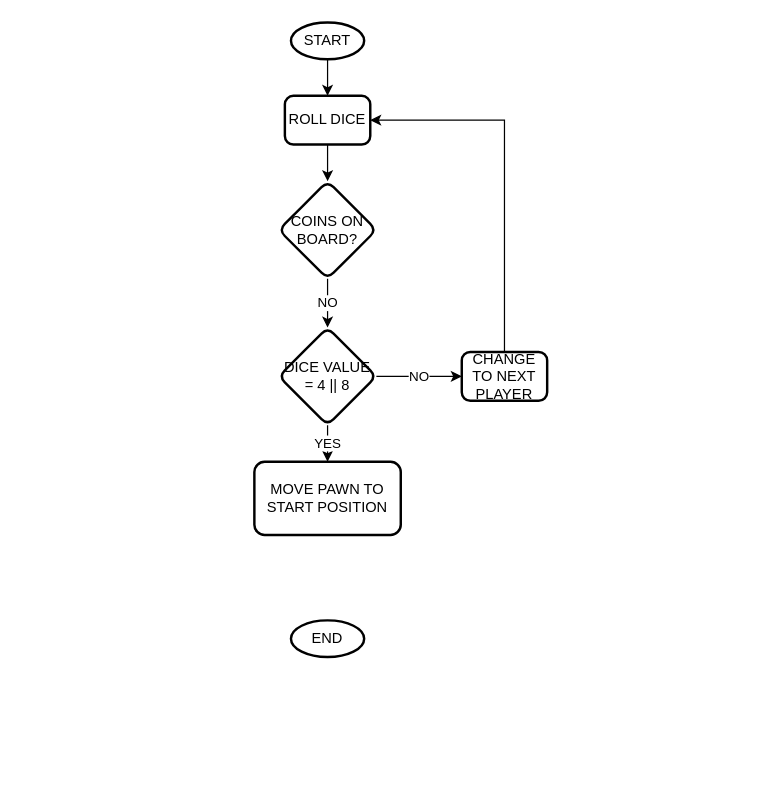
Above: Chowka Bara Gameplay.drawio in arvindpandit27/learnCPP (draw.io), before the change. Source tidied: cells renumbered, new cells numbered last; positions are measured from the earlier drawing's top-left corner, leaving out a move shared by most shapes. Both pictures are drawn from the tidied source at 122%, with x=0, y=0 at pixel (254, 22).
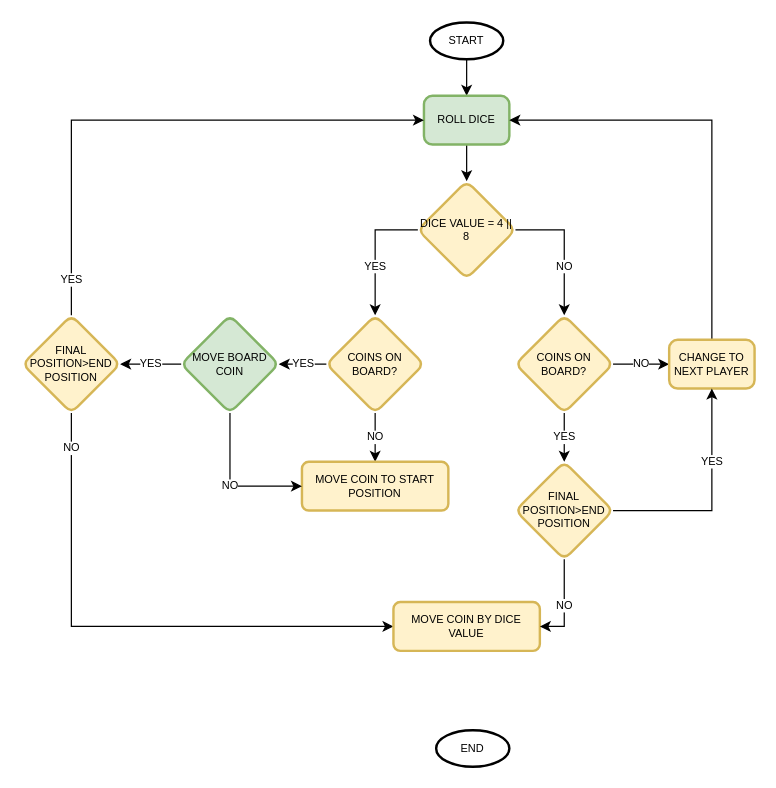
The same page after the edit.

Commit message:
updated game play flowchart

The edit, as a diff of the source:
```diff
@@
-    <mxCell id="2" style="edgeStyle=orthogonalEdgeStyle;rounded=0;jettySize=auto;html=1;" parent="1" edge="1" source="3" target="6">
+    <mxCell id="2" style="edgeStyle=orthogonalEdgeStyle;rounded=0;jettySize=auto;html=1;fontSize=9;" parent="1" edge="1" source="3" target="6">
       <mxGeometry relative="1" as="geometry" />
     </mxCell>
-    <mxCell id="3" value="START" style="strokeWidth=2;html=1;shape=mxgraph.flowchart.start_1;whiteSpace=wrap;" parent="1" vertex="1">
-      <mxGeometry x="30" width="60" height="30" as="geometry" />
+    <mxCell id="3" value="START" style="strokeWidth=2;html=1;shape=mxgraph.flowchart.start_1;whiteSpace=wrap;fontSize=9;" parent="1" vertex="1">
+      <mxGeometry x="144" width="60" height="30" as="geometry" />
     </mxCell>
-    <mxCell id="4" value="END" style="strokeWidth=2;html=1;shape=mxgraph.flowchart.start_1;whiteSpace=wrap;" parent="1" vertex="1">
-      <mxGeometry x="30" y="490" width="60" height="30" as="geometry" />
+    <mxCell id="4" value="END" style="strokeWidth=2;html=1;shape=mxgraph.flowchart.start_1;whiteSpace=wrap;fontSize=9;" parent="1" vertex="1">
+      <mxGeometry x="149" y="580" width="60" height="30" as="geometry" />
     </mxCell>
-    <mxCell id="5" style="edgeStyle=orthogonalEdgeStyle;rounded=0;jettySize=auto;html=1;" parent="1" edge="1" source="6" target="12">
-      <mxGeometry relative="1" as="geometry" />
-    </mxCell>
+    <mxCell id="15" style="edgeStyle=orthogonalEdgeStyle;rounded=0;jettySize=auto;html=1;fontSize=9;" parent="1" edge="1" source="6" target="9">
+      <mxGeometry relative="1" as="geometry" />
+    </mxCell>
-    <mxCell id="6" value="ROLL DICE" style="rounded=1;whiteSpace=wrap;html=1;absoluteArcSize=1;arcSize=14;strokeWidth=2;" parent="1" vertex="1">
-      <mxGeometry x="25" y="60" width="70" height="40" as="geometry" />
+    <mxCell id="6" value="ROLL DICE" style="rounded=1;whiteSpace=wrap;html=1;absoluteArcSize=1;arcSize=14;strokeWidth=2;fillColor=#d5e8d4;strokeColor=#82b366;fontSize=9;" parent="1" vertex="1">
+      <mxGeometry x="139" y="60" width="70" height="40" as="geometry" />
     </mxCell>
-    <mxCell id="7" value="YES" style="edgeStyle=orthogonalEdgeStyle;rounded=0;jettySize=auto;html=1;" parent="1" edge="1" source="9" target="10">
+    <mxCell id="7" value="NO" style="edgeStyle=orthogonalEdgeStyle;rounded=0;jettySize=auto;html=1;fontSize=9;exitX=0.5;exitY=1;exitDx=0;exitDy=0;" parent="1" edge="1" source="12" target="10">
       <mxGeometry relative="1" as="geometry" />
     </mxCell>
-    <mxCell id="8" value="NO" style="edgeStyle=orthogonalEdgeStyle;rounded=0;jettySize=auto;html=1;" parent="1" edge="1" source="9" target="14">
-      <mxGeometry relative="1" as="geometry" />
-    </mxCell>
+    <mxCell id="10" value="MOVE COIN TO START POSITION" style="whiteSpace=wrap;html=1;rounded=1;strokeWidth=2;arcSize=14;fillColor=#fff2cc;strokeColor=#d6b656;fontSize=9;" parent="1" vertex="1">
+      <mxGeometry x="39" y="360" width="120" height="40" as="geometry" />
+    </mxCell>
+    <mxCell id="16" value="YES" style="edgeStyle=orthogonalEdgeStyle;rounded=0;jettySize=auto;html=1;fontSize=9;" parent="1" edge="1" source="12" target="19">
+      <mxGeometry relative="1" as="geometry" />
+    </mxCell>
+    <mxCell id="12" value="COINS ON BOARD?" style="rhombus;whiteSpace=wrap;html=1;rounded=1;strokeWidth=2;arcSize=14;fillColor=#fff2cc;strokeColor=#d6b656;fontSize=9;" parent="1" vertex="1">
+      <mxGeometry x="59" y="240" width="80" height="80" as="geometry" />
+    </mxCell>
+    <mxCell id="17" value="NO" style="edgeStyle=orthogonalEdgeStyle;rounded=0;jettySize=auto;html=1;fontSize=9;" parent="1" edge="1" source="19">
+      <mxGeometry relative="1" as="geometry">
+        <mxPoint x="39" y="380" as="targetPoint" />
+        <Array as="points">
+          <mxPoint x="-20" y="380" />
+          <mxPoint x="39" y="380" />
+        </Array>
+      </mxGeometry>
+    </mxCell>
+    <mxCell id="18" value="YES" style="edgeStyle=orthogonalEdgeStyle;rounded=0;jettySize=auto;html=1;fontSize=9;" parent="1" edge="1" source="19" target="22">
+      <mxGeometry relative="1" as="geometry" />
+    </mxCell>
+    <mxCell id="19" value="MOVE BOARD COIN" style="rhombus;whiteSpace=wrap;html=1;rounded=1;strokeWidth=2;arcSize=14;fillColor=#d5e8d4;strokeColor=#82b366;fontSize=9;" parent="1" vertex="1">
+      <mxGeometry x="-60" y="240" width="80" height="80" as="geometry" />
+    </mxCell>
+    <mxCell id="20" value="YES" style="edgeStyle=orthogonalEdgeStyle;rounded=0;jettySize=auto;html=1;entryX=0;entryY=0.5;entryDx=0;entryDy=0;fontSize=9;" parent="1" edge="1" source="22" target="6">
+      <mxGeometry x="-0.87" relative="1" as="geometry">
+        <Array as="points">
+          <mxPoint x="-150" y="80" />
+        </Array>
+      </mxGeometry>
+    </mxCell>
+    <mxCell id="21" value="NO" style="edgeStyle=orthogonalEdgeStyle;rounded=0;jettySize=auto;html=1;fontSize=9;" parent="1" edge="1" source="22" target="28">
+      <mxGeometry x="-0.87" relative="1" as="geometry">
+        <Array as="points">
+          <mxPoint x="-150" y="495" />
+        </Array>
+      </mxGeometry>
+    </mxCell>
+    <mxCell id="22" value="FINAL POSITION&amp;gt;END POSITION" style="rhombus;whiteSpace=wrap;html=1;rounded=1;strokeColor=#d6b656;strokeWidth=2;fillColor=#fff2cc;arcSize=14;fontSize=9;" parent="1" vertex="1">
+      <mxGeometry x="-190" y="240" width="80" height="80" as="geometry" />
+    </mxCell>
+    <mxCell id="23" value="YES" style="edgeStyle=orthogonalEdgeStyle;rounded=0;jettySize=auto;html=1;fontSize=9;" parent="1" edge="1" source="9" target="12">
+      <mxGeometry x="0.24" relative="1" as="geometry">
+        <Array as="points">
+          <mxPoint x="99" y="170" />
+        </Array>
+      </mxGeometry>
+    </mxCell>
+    <mxCell id="24" value="NO" style="edgeStyle=orthogonalEdgeStyle;rounded=0;jettySize=auto;html=1;fontSize=9;entryX=0.5;entryY=0;entryDx=0;entryDy=0;exitX=1;exitY=0.5;exitDx=0;exitDy=0;" parent="1" edge="1" source="9" target="27">
+      <mxGeometry x="0.27" relative="1" as="geometry" />
+    </mxCell>
-    <mxCell id="9" value="DICE VALUE = 4 || 8" style="rhombus;whiteSpace=wrap;html=1;rounded=1;strokeWidth=2;arcSize=14;" parent="1" vertex="1">
-      <mxGeometry x="20" y="250" width="80" height="80" as="geometry" />
+    <mxCell id="9" value="DICE VALUE = 4 || 8" style="rhombus;whiteSpace=wrap;html=1;rounded=1;strokeWidth=2;arcSize=14;fillColor=#fff2cc;strokeColor=#d6b656;fontSize=9;" parent="1" vertex="1">
+      <mxGeometry x="134" y="130" width="80" height="80" as="geometry" />
     </mxCell>
-    <mxCell id="10" value="MOVE PAWN TO START POSITION" style="whiteSpace=wrap;html=1;rounded=1;strokeWidth=2;arcSize=14;" parent="1" vertex="1">
-      <mxGeometry y="360" width="120" height="60" as="geometry" />
-    </mxCell>
-    <mxCell id="11" value="NO" style="edgeStyle=orthogonalEdgeStyle;rounded=0;jettySize=auto;html=1;" parent="1" edge="1" source="12" target="9">
-      <mxGeometry relative="1" as="geometry" />
-    </mxCell>
-    <mxCell id="12" value="COINS ON BOARD?" style="rhombus;whiteSpace=wrap;html=1;rounded=1;strokeWidth=2;arcSize=14;" parent="1" vertex="1">
-      <mxGeometry x="20" y="130" width="80" height="80" as="geometry" />
-    </mxCell>
+    <mxCell id="25" value="NO" style="edgeStyle=orthogonalEdgeStyle;rounded=0;jettySize=auto;html=1;fontSize=9;" parent="1" edge="1" source="27" target="14">
+      <mxGeometry relative="1" as="geometry" />
+    </mxCell>
+    <mxCell id="26" value="YES" style="edgeStyle=orthogonalEdgeStyle;rounded=0;jettySize=auto;html=1;fontSize=9;" parent="1" edge="1" source="27" target="31">
+      <mxGeometry relative="1" as="geometry" />
+    </mxCell>
+    <mxCell id="27" value="COINS ON BOARD?" style="rhombus;whiteSpace=wrap;html=1;rounded=1;strokeWidth=2;arcSize=14;fillColor=#fff2cc;strokeColor=#d6b656;fontSize=9;" parent="1" vertex="1">
+      <mxGeometry x="214" y="240" width="80" height="80" as="geometry" />
+    </mxCell>
-    <mxCell id="13" style="edgeStyle=orthogonalEdgeStyle;rounded=0;jettySize=auto;html=1;entryX=1;entryY=0.5;entryDx=0;entryDy=0;" parent="1" edge="1" source="14" target="6">
+    <mxCell id="13" style="edgeStyle=orthogonalEdgeStyle;rounded=0;jettySize=auto;html=1;entryX=1;entryY=0.5;entryDx=0;entryDy=0;fontSize=9;" parent="1" edge="1" source="14" target="6">
       <mxGeometry relative="1" as="geometry">
         <Array as="points">
-          <mxPoint x="205" y="80" />
+          <mxPoint x="375" y="80" />
         </Array>
       </mxGeometry>
     </mxCell>
-    <mxCell id="14" value="CHANGE TO NEXT PLAYER" style="rounded=1;whiteSpace=wrap;html=1;absoluteArcSize=1;arcSize=14;strokeWidth=2;" parent="1" vertex="1">
-      <mxGeometry x="170" y="270" width="70" height="40" as="geometry" />
+    <mxCell id="14" value="CHANGE TO NEXT PLAYER" style="rounded=1;whiteSpace=wrap;html=1;absoluteArcSize=1;arcSize=14;strokeWidth=2;fillColor=#fff2cc;strokeColor=#d6b656;fontSize=9;" parent="1" vertex="1">
+      <mxGeometry x="340" y="260" width="70" height="40" as="geometry" />
     </mxCell>
+    <mxCell id="28" value="MOVE COIN BY DICE VALUE" style="whiteSpace=wrap;html=1;rounded=1;fontSize=9;strokeColor=#d6b656;strokeWidth=2;fillColor=#fff2cc;arcSize=14;" parent="1" vertex="1">
+      <mxGeometry x="114" y="475" width="120" height="40" as="geometry" />
+    </mxCell>
+    <mxCell id="29" value="NO" style="edgeStyle=orthogonalEdgeStyle;rounded=0;jettySize=auto;html=1;entryX=1;entryY=0.5;entryDx=0;entryDy=0;fontSize=9;" parent="1" edge="1" source="31" target="28">
+      <mxGeometry relative="1" as="geometry" />
+    </mxCell>
+    <mxCell id="30" value="YES" style="edgeStyle=orthogonalEdgeStyle;rounded=0;jettySize=auto;html=1;entryX=0.5;entryY=1;entryDx=0;entryDy=0;fontSize=9;" parent="1" edge="1" source="31" target="14">
+      <mxGeometry x="0.34" relative="1" as="geometry" />
+    </mxCell>
+    <mxCell id="31" value="FINAL POSITION&amp;gt;END POSITION" style="rhombus;whiteSpace=wrap;html=1;rounded=1;strokeColor=#d6b656;strokeWidth=2;fillColor=#fff2cc;arcSize=14;fontSize=9;" parent="1" vertex="1">
+      <mxGeometry x="214" y="360" width="80" height="80" as="geometry" />
+    </mxCell>
```
